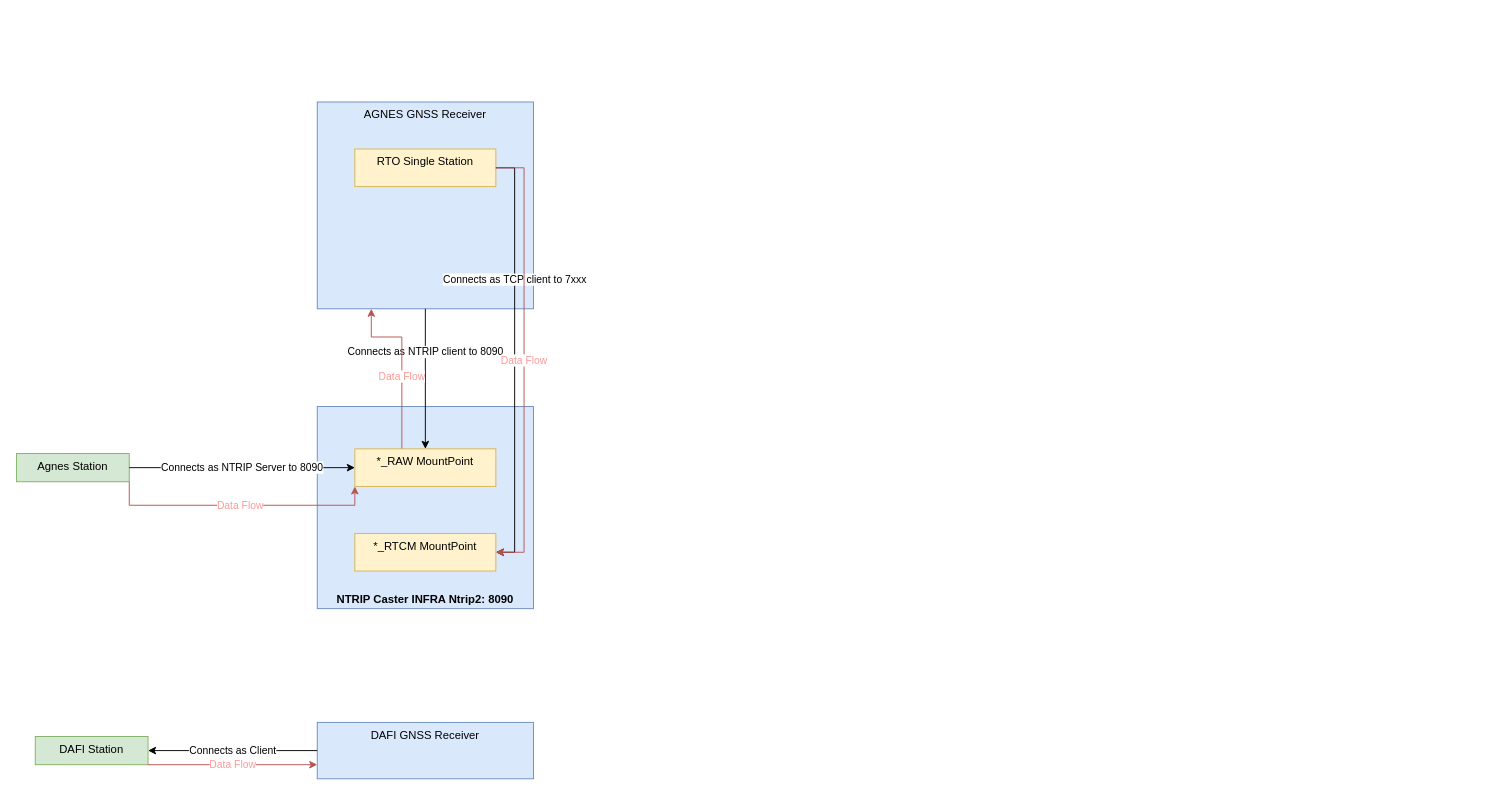
This is TPP Internals.drawio from gjn/aws, a draw.io file, before an edit. Source tidied: cells renumbered, new cells numbered last; positions are measured from the earlier drawing's top-left corner, leaving out a move shared by most shapes. Both pictures are drawn from the tidied source at 94%, with x=0, y=0 at pixel (16, 102).
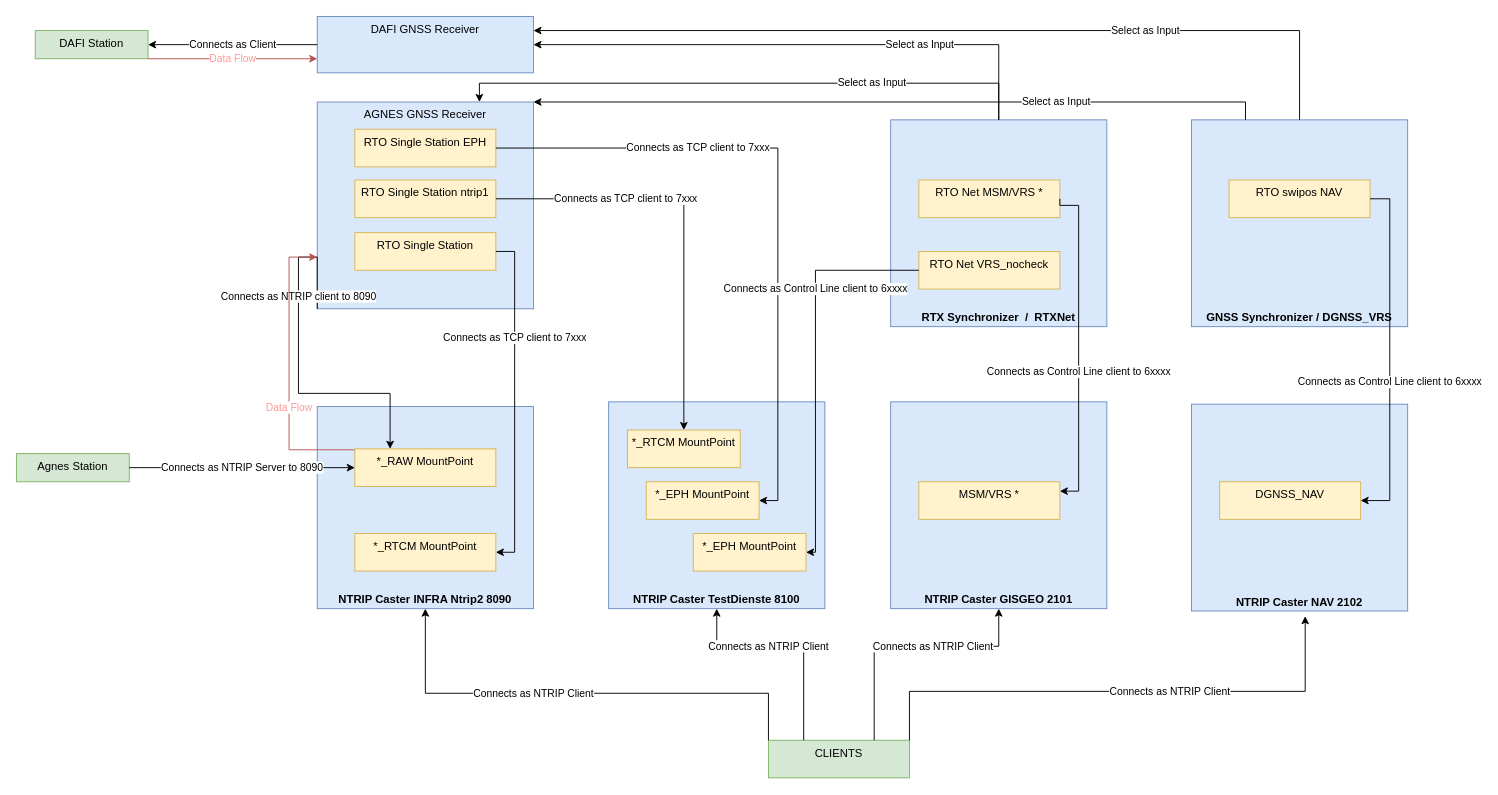
After the change.

Unchanged cells that the change refers to:
```xml
<mxCell id="2" value="Agnes Station" style="whiteSpace=wrap;html=1;verticalAlign=top;fillColor=#d5e8d4;strokeColor=#82b366;strokeWidth=1;" parent="1" vertex="1">
  <mxGeometry y="374" width="120" height="30" as="geometry" />
</mxCell>
<mxCell id="4" value="AGNES GNSS Receiver" style="whiteSpace=wrap;html=1;verticalAlign=top;fillColor=#dae8fc;strokeColor=#6c8ebf;strokeWidth=1;" parent="1" vertex="1">
  <mxGeometry x="320" width="230" height="220" as="geometry" />
</mxCell>
<mxCell id="12" value="*_RAW MountPoint" style="whiteSpace=wrap;html=1;verticalAlign=top;fillColor=#fff2cc;strokeColor=#d6b656;strokeWidth=1;" parent="1" vertex="1">
  <mxGeometry x="360" y="369" width="150" height="40" as="geometry" />
</mxCell>
<mxCell id="14" value="*_RTCM MountPoint" style="whiteSpace=wrap;html=1;verticalAlign=top;fillColor=#fff2cc;strokeColor=#d6b656;strokeWidth=1;" parent="1" vertex="1">
  <mxGeometry x="360" y="459" width="150" height="40" as="geometry" />
</mxCell>
```

Change to the diagram source:
```diff
@@
-    <mxCell id="3" value="&lt;b&gt;NTRIP Caster INFRA Ntrip2: 8090&lt;/b&gt;" style="whiteSpace=wrap;html=1;verticalAlign=bottom;fillColor=#dae8fc;strokeColor=#6c8ebf;strokeWidth=1;" parent="1" vertex="1">
+    <mxCell id="3" value="&lt;b&gt;NTRIP Caster INFRA Ntrip2 8090&lt;/b&gt;" style="whiteSpace=wrap;html=1;verticalAlign=bottom;fillColor=#dae8fc;strokeColor=#6c8ebf;strokeWidth=1;" parent="1" vertex="1">
       <mxGeometry x="320" y="324" width="230" height="215" as="geometry" />
     </mxCell>
@@
-    <mxCell id="5" value="Connects as NTRIP client to 8090" style="edgeStyle=orthogonalEdgeStyle;rounded=0;jettySize=auto;html=1;exitX=0.5;exitY=1;exitDx=0;exitDy=0;entryX=0.5;entryY=0;entryDx=0;entryDy=0;" parent="1" edge="1" source="4" target="12">
-      <mxGeometry x="-0.38" relative="1" as="geometry" />
+    <mxCell id="5" value="Connects as NTRIP client to 8090" style="edgeStyle=orthogonalEdgeStyle;rounded=0;jettySize=auto;html=1;exitX=0;exitY=1;exitDx=0;exitDy=0;entryX=0.25;entryY=0;entryDx=0;entryDy=0;" parent="1" edge="1" source="4" target="12">
+      <mxGeometry x="-0.38" relative="1" as="geometry">
+        <Array as="points">
+          <mxPoint x="320" y="165" />
+          <mxPoint x="300" y="165" />
+          <mxPoint x="300" y="310" />
+          <mxPoint x="398" y="310" />
+        </Array>
+      </mxGeometry>
     </mxCell>
     <mxCell id="6" value="DAFI GNSS Receiver" style="whiteSpace=wrap;html=1;verticalAlign=top;fillColor=#dae8fc;strokeColor=#6c8ebf;strokeWidth=1;" parent="1" vertex="1">
-      <mxGeometry x="320" y="660" width="230" height="60" as="geometry" />
+      <mxGeometry x="320" y="-91" width="230" height="60" as="geometry" />
     </mxCell>
     <mxCell id="7" value="DAFI Station" style="whiteSpace=wrap;html=1;verticalAlign=top;fillColor=#d5e8d4;strokeColor=#82b366;strokeWidth=1;" parent="1" vertex="1">
-      <mxGeometry x="20" y="675" width="120" height="30" as="geometry" />
+      <mxGeometry x="20" y="-76" width="120" height="30" as="geometry" />
     </mxCell>
@@
-    <mxCell id="9" value="Data Flow" style="edgeStyle=orthogonalEdgeStyle;rounded=0;jettySize=auto;html=1;exitX=1;exitY=1;exitDx=0;exitDy=0;fillColor=#f8cecc;strokeColor=#b85450;fontColor=#FF9999;entryX=0;entryY=1;entryDx=0;entryDy=0;" parent="1" edge="1" source="2" target="12">
-      <mxGeometry relative="1" as="geometry">
-        <Array as="points">
-          <mxPoint x="120" y="429" />
-          <mxPoint x="360" y="429" />
-        </Array>
-      </mxGeometry>
-    </mxCell>
-    <mxCell id="10" value="Data Flow" style="edgeStyle=orthogonalEdgeStyle;rounded=0;jettySize=auto;html=1;exitX=0.5;exitY=0;exitDx=0;exitDy=0;fillColor=#f8cecc;strokeColor=#b85450;fontColor=#FF9999;entryX=0.25;entryY=1;entryDx=0;entryDy=0;" parent="1" edge="1" source="12" target="4">
+    <mxCell id="10" value="Data Flow" style="edgeStyle=orthogonalEdgeStyle;rounded=0;jettySize=auto;html=1;exitX=0.5;exitY=0;exitDx=0;exitDy=0;fillColor=#f8cecc;strokeColor=#b85450;fontColor=#FF9999;entryX=0;entryY=0.75;entryDx=0;entryDy=0;" parent="1" edge="1" source="12" target="4">
       <mxGeometry relative="1" as="geometry">
         <Array as="points">
           <mxPoint x="435" y="370" />
-          <mxPoint x="410" y="370" />
-          <mxPoint x="410" y="250" />
-          <mxPoint x="378" y="250" />
+          <mxPoint x="290" y="370" />
+          <mxPoint x="290" y="165" />
         </Array>
       </mxGeometry>
     </mxCell>
     <mxCell id="11" value="Data Flow" style="edgeStyle=orthogonalEdgeStyle;rounded=0;jettySize=auto;html=1;exitX=1;exitY=1;exitDx=0;exitDy=0;fillColor=#f8cecc;strokeColor=#b85450;entryX=0;entryY=0.75;entryDx=0;entryDy=0;fontColor=#FF9999;" parent="1" edge="1" source="7" target="6">
       <mxGeometry relative="1" as="geometry">
         <Array as="points">
-          <mxPoint x="250" y="705" />
-          <mxPoint x="250" y="705" />
+          <mxPoint x="250" y="-46" />
+          <mxPoint x="250" y="-46" />
         </Array>
       </mxGeometry>
     </mxCell>
@@
     <mxCell id="15" value="RTO Single Station" style="whiteSpace=wrap;html=1;verticalAlign=top;fillColor=#fff2cc;strokeColor=#d6b656;strokeWidth=1;" parent="1" vertex="1">
-      <mxGeometry x="360" y="50" width="150" height="40" as="geometry" />
+      <mxGeometry x="360" y="139" width="150" height="40" as="geometry" />
     </mxCell>
@@
-    <mxCell id="17" value="Data Flow" style="edgeStyle=orthogonalEdgeStyle;rounded=0;jettySize=auto;html=1;exitX=1;exitY=0.5;exitDx=0;exitDy=0;fillColor=#f8cecc;strokeColor=#b85450;fontColor=#FF9999;entryX=1;entryY=0.5;entryDx=0;entryDy=0;" parent="1" edge="1" source="15" target="14">
-      <mxGeometry relative="1" as="geometry">
-        <Array as="points">
-          <mxPoint x="540" y="70" />
-          <mxPoint x="540" y="479" />
-        </Array>
-      </mxGeometry>
-    </mxCell>
+    <mxCell id="18" value="&lt;b&gt;NTRIP Caster TestDienste 8100&lt;/b&gt;" style="whiteSpace=wrap;html=1;verticalAlign=bottom;fillColor=#dae8fc;strokeColor=#6c8ebf;strokeWidth=1;" parent="1" vertex="1">
+      <mxGeometry x="630" y="319" width="230" height="220" as="geometry" />
+    </mxCell>
+    <mxCell id="19" value="&lt;b&gt;NTRIP Caster GISGEO 2101&lt;/b&gt;" style="whiteSpace=wrap;html=1;verticalAlign=bottom;fillColor=#dae8fc;strokeColor=#6c8ebf;strokeWidth=1;" parent="1" vertex="1">
+      <mxGeometry x="930" y="319" width="230" height="220" as="geometry" />
+    </mxCell>
+    <mxCell id="20" value="&lt;b&gt;NTRIP Caster NAV 2102&lt;/b&gt;" style="whiteSpace=wrap;html=1;verticalAlign=bottom;fillColor=#dae8fc;strokeColor=#6c8ebf;strokeWidth=1;" parent="1" vertex="1">
+      <mxGeometry x="1250" y="321.5" width="230" height="220" as="geometry" />
+    </mxCell>
+    <mxCell id="21" value="RTO Single Station ntrip1" style="whiteSpace=wrap;html=1;verticalAlign=top;fillColor=#fff2cc;strokeColor=#d6b656;strokeWidth=1;" parent="1" vertex="1">
+      <mxGeometry x="360" y="83" width="150" height="40" as="geometry" />
+    </mxCell>
+    <mxCell id="22" value="*_RTCM MountPoint" style="whiteSpace=wrap;html=1;verticalAlign=top;fillColor=#fff2cc;strokeColor=#d6b656;strokeWidth=1;" parent="1" vertex="1">
+      <mxGeometry x="650" y="349" width="120" height="40" as="geometry" />
+    </mxCell>
+    <mxCell id="23" value="Connects as TCP client to 7xxx" style="edgeStyle=orthogonalEdgeStyle;rounded=0;jettySize=auto;html=1;exitX=1;exitY=0.5;exitDx=0;exitDy=0;entryX=0.5;entryY=0;entryDx=0;entryDy=0;" parent="1" edge="1" source="21" target="22">
+      <mxGeometry x="-0.38" relative="1" as="geometry" />
+    </mxCell>
+    <mxCell id="24" value="RTO Single Station EPH" style="whiteSpace=wrap;html=1;verticalAlign=top;fillColor=#fff2cc;strokeColor=#d6b656;strokeWidth=1;" parent="1" vertex="1">
+      <mxGeometry x="360" y="29" width="150" height="40" as="geometry" />
+    </mxCell>
+    <mxCell id="25" value="*_EPH MountPoint" style="whiteSpace=wrap;html=1;verticalAlign=top;fillColor=#fff2cc;strokeColor=#d6b656;strokeWidth=1;" parent="1" vertex="1">
+      <mxGeometry x="670" y="404" width="120" height="40" as="geometry" />
+    </mxCell>
+    <mxCell id="26" value="Connects as TCP client to 7xxx" style="edgeStyle=orthogonalEdgeStyle;rounded=0;jettySize=auto;html=1;exitX=1;exitY=0.5;exitDx=0;exitDy=0;entryX=1;entryY=0.5;entryDx=0;entryDy=0;" parent="1" edge="1" source="24" target="25">
+      <mxGeometry x="-0.38" relative="1" as="geometry" />
+    </mxCell>
+    <mxCell id="27" value="&lt;b&gt;RTX Synchronizer&amp;nbsp; /&amp;nbsp; RTXNet&lt;/b&gt;" style="whiteSpace=wrap;html=1;verticalAlign=bottom;fillColor=#dae8fc;strokeColor=#6c8ebf;strokeWidth=1;" parent="1" vertex="1">
+      <mxGeometry x="930" y="19" width="230" height="220" as="geometry" />
+    </mxCell>
+    <mxCell id="28" value="RTO Net MSM/VRS *" style="whiteSpace=wrap;html=1;verticalAlign=top;fillColor=#fff2cc;strokeColor=#d6b656;strokeWidth=1;" parent="1" vertex="1">
+      <mxGeometry x="960" y="83" width="150" height="40" as="geometry" />
+    </mxCell>
+    <mxCell id="29" value="RTO Net VRS_nocheck" style="whiteSpace=wrap;html=1;verticalAlign=top;fillColor=#fff2cc;strokeColor=#d6b656;strokeWidth=1;" parent="1" vertex="1">
+      <mxGeometry x="960" y="159" width="150" height="40" as="geometry" />
+    </mxCell>
+    <mxCell id="30" value="Select as Input" style="edgeStyle=orthogonalEdgeStyle;rounded=0;jettySize=auto;html=1;exitX=0.5;exitY=0;exitDx=0;exitDy=0;entryX=0.75;entryY=0;entryDx=0;entryDy=0;" parent="1" edge="1" source="27" target="4">
+      <mxGeometry x="-0.43" relative="1" as="geometry" />
+    </mxCell>
+    <mxCell id="31" value="*_EPH MountPoint" style="whiteSpace=wrap;html=1;verticalAlign=top;fillColor=#fff2cc;strokeColor=#d6b656;strokeWidth=1;" parent="1" vertex="1">
+      <mxGeometry x="720" y="459" width="120" height="40" as="geometry" />
+    </mxCell>
+    <mxCell id="32" value="Connects as Control Line client to 6xxxx" style="edgeStyle=orthogonalEdgeStyle;rounded=0;jettySize=auto;html=1;entryX=1;entryY=0.5;entryDx=0;entryDy=0;" parent="1" edge="1" source="29" target="31">
+      <mxGeometry x="-0.38" relative="1" as="geometry">
+        <Array as="points">
+          <mxPoint x="850" y="179" />
+          <mxPoint x="850" y="479" />
+        </Array>
+      </mxGeometry>
+    </mxCell>
+    <mxCell id="33" value="MSM/VRS *" style="whiteSpace=wrap;html=1;verticalAlign=top;fillColor=#fff2cc;strokeColor=#d6b656;strokeWidth=1;" parent="1" vertex="1">
+      <mxGeometry x="960" y="404" width="150" height="40" as="geometry" />
+    </mxCell>
+    <mxCell id="34" value="Connects as Control Line client to 6xxxx" style="edgeStyle=orthogonalEdgeStyle;rounded=0;jettySize=auto;html=1;entryX=1;entryY=0.25;entryDx=0;entryDy=0;exitX=1;exitY=0.5;exitDx=0;exitDy=0;" parent="1" edge="1" source="28" target="33">
+      <mxGeometry x="0.16" relative="1" as="geometry">
+        <Array as="points">
+          <mxPoint x="1130" y="110" />
+          <mxPoint x="1130" y="414" />
+        </Array>
+      </mxGeometry>
+    </mxCell>
+    <mxCell id="35" value="Select as Input" style="edgeStyle=orthogonalEdgeStyle;rounded=0;jettySize=auto;html=1;exitX=0.5;exitY=0;exitDx=0;exitDy=0;entryX=1;entryY=0.5;entryDx=0;entryDy=0;" parent="1" edge="1" source="27" target="6">
+      <mxGeometry x="-0.43" relative="1" as="geometry" />
+    </mxCell>
+    <mxCell id="36" value="&lt;b&gt;GNSS Synchronizer / DGNSS_VRS&lt;/b&gt;" style="whiteSpace=wrap;html=1;verticalAlign=bottom;fillColor=#dae8fc;strokeColor=#6c8ebf;strokeWidth=1;" parent="1" vertex="1">
+      <mxGeometry x="1250" y="19" width="230" height="220" as="geometry" />
+    </mxCell>
+    <mxCell id="37" value="RTO swipos NAV" style="whiteSpace=wrap;html=1;verticalAlign=top;fillColor=#fff2cc;strokeColor=#d6b656;strokeWidth=1;" parent="1" vertex="1">
+      <mxGeometry x="1290" y="83" width="150" height="40" as="geometry" />
+    </mxCell>
+    <mxCell id="38" value="DGNSS_NAV" style="whiteSpace=wrap;html=1;verticalAlign=top;fillColor=#fff2cc;strokeColor=#d6b656;strokeWidth=1;" parent="1" vertex="1">
+      <mxGeometry x="1280" y="404" width="150" height="40" as="geometry" />
+    </mxCell>
+    <mxCell id="39" value="Select as Input" style="edgeStyle=orthogonalEdgeStyle;rounded=0;jettySize=auto;html=1;exitX=0.25;exitY=0;exitDx=0;exitDy=0;entryX=1;entryY=0;entryDx=0;entryDy=0;" parent="1" edge="1" source="36" target="4">
+      <mxGeometry x="-0.43" relative="1" as="geometry">
+        <Array as="points">
+          <mxPoint x="1308" />
+        </Array>
+      </mxGeometry>
+    </mxCell>
+    <mxCell id="40" value="Select as Input" style="edgeStyle=orthogonalEdgeStyle;rounded=0;jettySize=auto;html=1;exitX=0.5;exitY=0;exitDx=0;exitDy=0;entryX=1;entryY=0.25;entryDx=0;entryDy=0;" parent="1" edge="1" source="36" target="6">
+      <mxGeometry x="-0.43" relative="1" as="geometry">
+        <Array as="points">
+          <mxPoint x="1365" y="-76" />
+        </Array>
+      </mxGeometry>
+    </mxCell>
+    <mxCell id="41" value="CLIENTS" style="whiteSpace=wrap;html=1;verticalAlign=top;strokeWidth=1;fillColor=#d5e8d4;strokeColor=#82b366;" parent="1" vertex="1">
+      <mxGeometry x="800" y="679" width="150" height="40" as="geometry" />
+    </mxCell>
+    <mxCell id="42" value="Connects as NTRIP Client" style="edgeStyle=orthogonalEdgeStyle;rounded=0;jettySize=auto;html=1;entryX=0.5;entryY=1;entryDx=0;entryDy=0;" parent="1" edge="1" target="3">
+      <mxGeometry x="0.19" relative="1" as="geometry">
+        <mxPoint x="800" y="679" as="sourcePoint" />
+        <Array as="points">
+          <mxPoint x="800" y="629" />
+          <mxPoint x="435" y="629" />
+        </Array>
+      </mxGeometry>
+    </mxCell>
+    <mxCell id="43" value="Connects as NTRIP Client" style="edgeStyle=orthogonalEdgeStyle;rounded=0;jettySize=auto;html=1;exitX=0.25;exitY=0;exitDx=0;exitDy=0;entryX=0.5;entryY=1;entryDx=0;entryDy=0;" parent="1" edge="1" source="41" target="18">
+      <mxGeometry x="0.19" relative="1" as="geometry">
+        <Array as="points">
+          <mxPoint x="838" y="579" />
+          <mxPoint x="745" y="579" />
+        </Array>
+      </mxGeometry>
+    </mxCell>
+    <mxCell id="44" value="Connects as NTRIP Client" style="edgeStyle=orthogonalEdgeStyle;rounded=0;jettySize=auto;html=1;exitX=0.75;exitY=0;exitDx=0;exitDy=0;entryX=0.5;entryY=1;entryDx=0;entryDy=0;" parent="1" edge="1" source="41" target="19">
+      <mxGeometry x="0.19" relative="1" as="geometry">
+        <Array as="points">
+          <mxPoint x="912" y="579" />
+          <mxPoint x="1045" y="579" />
+        </Array>
+      </mxGeometry>
+    </mxCell>
+    <mxCell id="45" value="Connects as NTRIP Client" style="edgeStyle=orthogonalEdgeStyle;rounded=0;jettySize=auto;html=1;exitX=1;exitY=0;exitDx=0;exitDy=0;" parent="1" edge="1" source="41">
+      <mxGeometry x="0.19" relative="1" as="geometry">
+        <mxPoint x="1371" y="547" as="targetPoint" />
+        <Array as="points">
+          <mxPoint x="950" y="627" />
+          <mxPoint x="1371" y="627" />
+        </Array>
+      </mxGeometry>
+    </mxCell>
+    <mxCell id="46" value="Connects as Control Line client to 6xxxx" style="edgeStyle=orthogonalEdgeStyle;rounded=0;jettySize=auto;html=1;entryX=1;entryY=0.5;entryDx=0;entryDy=0;exitX=1;exitY=0.5;exitDx=0;exitDy=0;" parent="1" edge="1" source="37" target="38">
+      <mxGeometry x="0.16" relative="1" as="geometry">
+        <Array as="points">
+          <mxPoint x="1461" y="103" />
+          <mxPoint x="1461" y="424" />
+        </Array>
+      </mxGeometry>
+    </mxCell>
```
